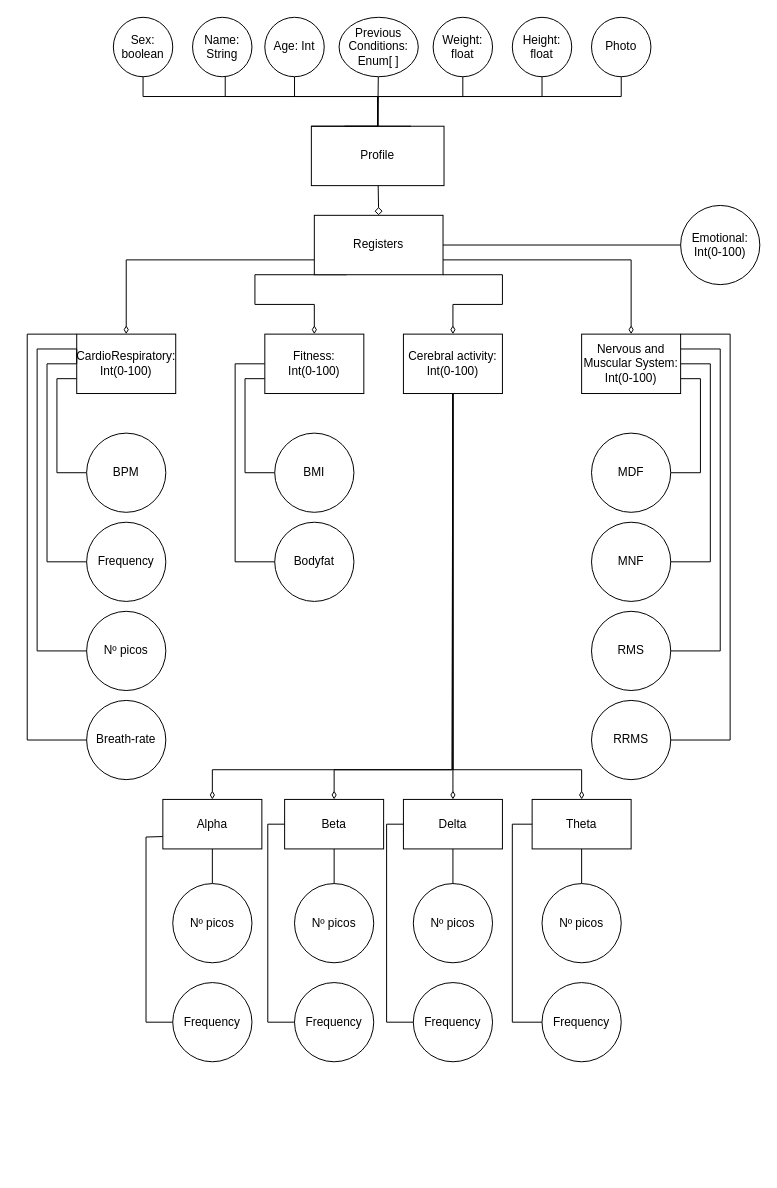
Earlier version of the draw.io diagram files/domain/domain.drawio (miquelroq/CHECKapp). Source tidied: cells renumbered, new cells numbered last; positions are measured from the earlier drawing's top-left corner, leaving out a move shared by most shapes. Both pictures are drawn from the tidied source at 99%, with x=0, y=0 at pixel (27, 17).
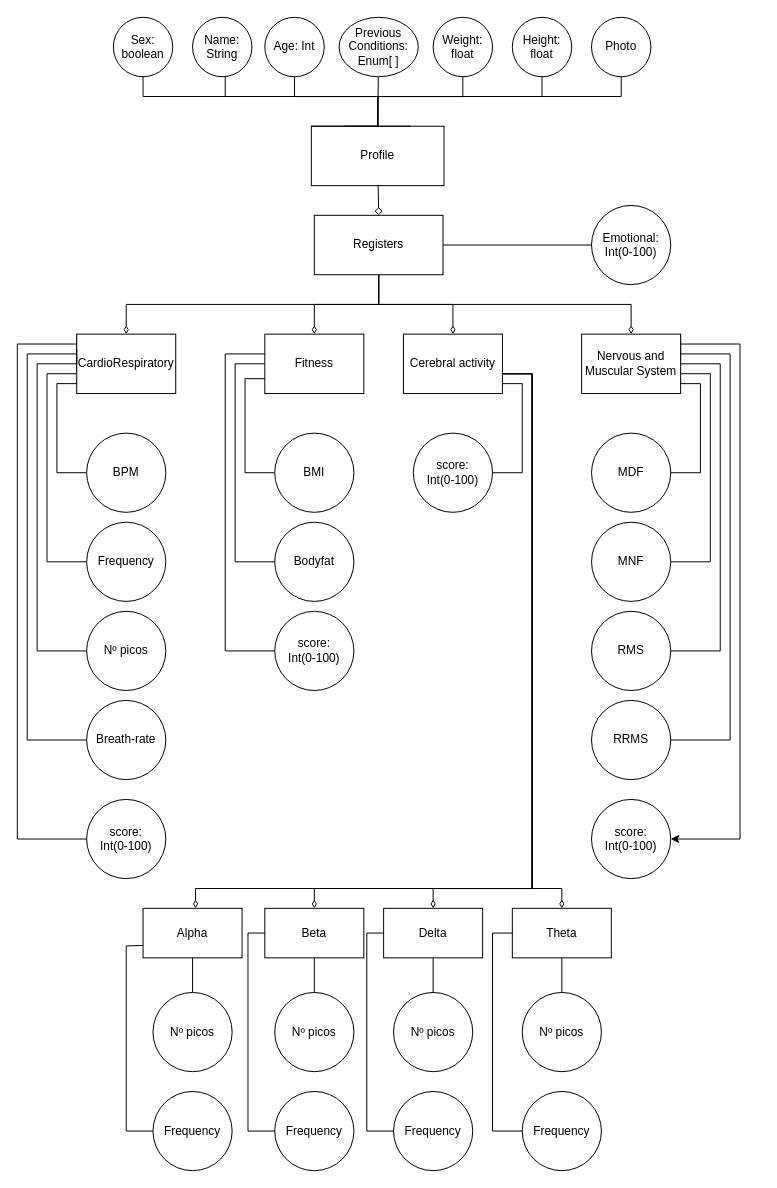
Above is the later version.

The change refers to these unchanged cells:
```xml
<mxCell id="22" value="Registers" style="rounded=0;whiteSpace=wrap;html=1;" parent="1" vertex="1">
  <mxGeometry x="290" y="200" width="130" height="60" as="geometry" />
</mxCell>
<mxCell id="43" value="BPM" style="ellipse;whiteSpace=wrap;html=1;" parent="1" vertex="1">
  <mxGeometry x="60" y="420" width="80" height="80" as="geometry" />
</mxCell>
<mxCell id="44" value="Frequency" style="ellipse;whiteSpace=wrap;html=1;" parent="1" vertex="1">
  <mxGeometry x="60" y="510" width="80" height="80" as="geometry" />
</mxCell>
<mxCell id="45" value="Nº picos" style="ellipse;whiteSpace=wrap;html=1;" parent="1" vertex="1">
  <mxGeometry x="60" y="600" width="80" height="80" as="geometry" />
</mxCell>
<mxCell id="47" value="Breath-rate" style="ellipse;whiteSpace=wrap;html=1;" parent="1" vertex="1">
  <mxGeometry x="60" y="690" width="80" height="80" as="geometry" />
</mxCell>
<mxCell id="71" value="MDF" style="ellipse;whiteSpace=wrap;html=1;" parent="1" vertex="1">
  <mxGeometry x="570" y="420" width="80" height="80" as="geometry" />
</mxCell>
<mxCell id="72" value="MNF" style="ellipse;whiteSpace=wrap;html=1;" parent="1" vertex="1">
  <mxGeometry x="570" y="510" width="80" height="80" as="geometry" />
</mxCell>
<mxCell id="73" value="RMS" style="ellipse;whiteSpace=wrap;html=1;" parent="1" vertex="1">
  <mxGeometry x="570" y="600" width="80" height="80" as="geometry" />
</mxCell>
<mxCell id="74" value="RRMS" style="ellipse;whiteSpace=wrap;html=1;" parent="1" vertex="1">
  <mxGeometry x="570" y="690" width="80" height="80" as="geometry" />
</mxCell>
```

Change to the diagram source:
```diff
@@
-    <mxCell id="17" style="edgeStyle=none;rounded=0;jettySize=auto;html=1;entryX=0.5;entryY=0;entryDx=0;entryDy=0;endArrow=diamondThin;endFill=0;exitX=0;exitY=0.75;exitDx=0;exitDy=0;" parent="1" edge="1" source="22" target="27">
+    <mxCell id="17" style="edgeStyle=orthogonalEdgeStyle;rounded=0;jettySize=auto;html=1;entryX=0.5;entryY=0;entryDx=0;entryDy=0;endArrow=diamondThin;endFill=0;exitX=0.5;exitY=1;exitDx=0;exitDy=0;" parent="1" edge="1" source="22" target="27">
       <mxGeometry relative="1" as="geometry">
         <Array as="points">
-          <mxPoint x="100" y="245" />
+          <mxPoint x="355" y="290" />
+          <mxPoint x="100" y="290" />
         </Array>
       </mxGeometry>
     </mxCell>
@@
-    <mxCell id="19" style="edgeStyle=none;rounded=0;jettySize=auto;html=1;entryX=0.5;entryY=0;entryDx=0;entryDy=0;endArrow=diamondThin;endFill=0;exitX=1;exitY=1;exitDx=0;exitDy=0;" parent="1" edge="1" source="22" target="32">
+    <mxCell id="19" style="edgeStyle=orthogonalEdgeStyle;rounded=0;jettySize=auto;html=1;entryX=0.5;entryY=0;entryDx=0;entryDy=0;endArrow=diamondThin;endFill=0;exitX=0.5;exitY=1;exitDx=0;exitDy=0;" parent="1" edge="1" source="22" target="32">
       <mxGeometry relative="1" as="geometry">
         <Array as="points">
-          <mxPoint x="480" y="260" />
-          <mxPoint x="480" y="290" />
+          <mxPoint x="355" y="290" />
           <mxPoint x="430" y="290" />
         </Array>
       </mxGeometry>
     </mxCell>
-    <mxCell id="20" style="edgeStyle=none;rounded=0;jettySize=auto;html=1;entryX=0.5;entryY=0;entryDx=0;entryDy=0;endArrow=diamondThin;endFill=0;exitX=1;exitY=0.75;exitDx=0;exitDy=0;" parent="1" edge="1" source="22" target="37">
-      <mxGeometry relative="1" as="geometry">
-        <Array as="points">
-          <mxPoint x="610" y="245" />
-        </Array>
-      </mxGeometry>
+    <mxCell id="20" style="edgeStyle=orthogonalEdgeStyle;rounded=0;jettySize=auto;html=1;entryX=0.5;entryY=0;entryDx=0;entryDy=0;endArrow=diamondThin;endFill=0;exitX=0.5;exitY=1;exitDx=0;exitDy=0;" parent="1" edge="1" source="22" target="37">
+      <mxGeometry relative="1" as="geometry" />
     </mxCell>
-    <mxCell id="21" style="edgeStyle=none;rounded=0;jettySize=auto;html=1;entryX=0.5;entryY=0;entryDx=0;entryDy=0;endArrow=diamondThin;endFill=0;exitX=0.25;exitY=1;exitDx=0;exitDy=0;" parent="1" edge="1" source="22" target="40">
-      <mxGeometry relative="1" as="geometry">
-        <Array as="points">
-          <mxPoint x="230" y="260" />
-          <mxPoint x="230" y="290" />
-          <mxPoint x="290" y="290" />
-        </Array>
-      </mxGeometry>
+    <mxCell id="21" style="edgeStyle=orthogonalEdgeStyle;rounded=0;jettySize=auto;html=1;entryX=0.5;entryY=0;entryDx=0;entryDy=0;endArrow=diamondThin;endFill=0;exitX=0.5;exitY=1;exitDx=0;exitDy=0;" parent="1" edge="1" source="22" target="40">
+      <mxGeometry relative="1" as="geometry" />
     </mxCell>
@@
-    <mxCell id="23" style="edgeStyle=none;rounded=0;jettySize=auto;html=1;entryX=0;entryY=0.5;entryDx=0;entryDy=0;endArrow=none;endFill=0;exitX=0;exitY=0;exitDx=0;exitDy=0;" parent="1" edge="1" source="27" target="47">
+    <mxCell id="23" style="edgeStyle=orthogonalEdgeStyle;rounded=0;jettySize=auto;html=1;entryX=0;entryY=0.5;entryDx=0;entryDy=0;endArrow=none;endFill=0;exitX=0;exitY=0;exitDx=0;exitDy=0;" parent="1" edge="1" source="27" target="47">
       <mxGeometry relative="1" as="geometry">
         <Array as="points">
-          <mxPoint y="320" />
+          <mxPoint x="50" y="340" />
+          <mxPoint y="340" />
           <mxPoint y="730" />
         </Array>
       </mxGeometry>
     </mxCell>
-    <mxCell id="24" style="edgeStyle=none;rounded=0;jettySize=auto;html=1;entryX=0;entryY=0.5;entryDx=0;entryDy=0;endArrow=none;endFill=0;exitX=0;exitY=0.25;exitDx=0;exitDy=0;" parent="1" edge="1" source="27" target="45">
+    <mxCell id="24" style="edgeStyle=orthogonalEdgeStyle;rounded=0;jettySize=auto;html=1;entryX=0;entryY=0.5;entryDx=0;entryDy=0;endArrow=none;endFill=0;exitX=0;exitY=0.25;exitDx=0;exitDy=0;" parent="1" edge="1" source="27" target="45">
       <mxGeometry relative="1" as="geometry">
         <Array as="points">
-          <mxPoint x="10" y="335" />
+          <mxPoint x="50" y="350" />
+          <mxPoint x="10" y="350" />
           <mxPoint x="10" y="640" />
         </Array>
       </mxGeometry>
     </mxCell>
-    <mxCell id="25" style="edgeStyle=none;rounded=0;jettySize=auto;html=1;endArrow=none;endFill=0;exitX=0;exitY=0.5;exitDx=0;exitDy=0;entryX=0;entryY=0.5;entryDx=0;entryDy=0;" parent="1" edge="1" source="27" target="44">
+    <mxCell id="25" style="edgeStyle=orthogonalEdgeStyle;rounded=0;jettySize=auto;html=1;endArrow=none;endFill=0;exitX=0;exitY=0.5;exitDx=0;exitDy=0;entryX=0;entryY=0.5;entryDx=0;entryDy=0;" parent="1" edge="1" source="27" target="44">
       <mxGeometry relative="1" as="geometry">
         <Array as="points">
-          <mxPoint x="20" y="350" />
+          <mxPoint x="50" y="360" />
+          <mxPoint x="20" y="360" />
           <mxPoint x="20" y="550" />
         </Array>
       </mxGeometry>
     </mxCell>
-    <mxCell id="26" style="edgeStyle=none;rounded=0;jettySize=auto;html=1;entryX=0;entryY=0.5;entryDx=0;entryDy=0;endArrow=none;endFill=0;exitX=0;exitY=0.75;exitDx=0;exitDy=0;" parent="1" edge="1" source="27" target="43">
+    <mxCell id="26" style="edgeStyle=orthogonalEdgeStyle;rounded=0;jettySize=auto;html=1;entryX=0;entryY=0.5;entryDx=0;entryDy=0;endArrow=none;endFill=0;exitX=0;exitY=0.75;exitDx=0;exitDy=0;" parent="1" edge="1" source="27" target="43">
       <mxGeometry relative="1" as="geometry">
         <Array as="points">
-          <mxPoint x="30" y="365" />
+          <mxPoint x="50" y="370" />
+          <mxPoint x="30" y="370" />
           <mxPoint x="30" y="460" />
         </Array>
       </mxGeometry>
     </mxCell>
+    <mxCell id="76" style="edgeStyle=orthogonalEdgeStyle;rounded=0;jettySize=auto;html=1;entryX=0;entryY=0.5;entryDx=0;entryDy=0;endArrow=none;endFill=0;" parent="1" edge="1" source="27" target="80">
+      <mxGeometry relative="1" as="geometry">
+        <Array as="points">
+          <mxPoint x="-10" y="330" />
+          <mxPoint x="-10" y="830" />
+        </Array>
+      </mxGeometry>
+    </mxCell>
-    <mxCell id="27" value="CardioRespiratory:&lt;br&gt;Int(0-100)" style="rounded=0;whiteSpace=wrap;html=1;" parent="1" vertex="1">
+    <mxCell id="27" value="CardioRespiratory" style="rounded=0;whiteSpace=wrap;html=1;" parent="1" vertex="1">
       <mxGeometry x="50" y="320" width="100" height="60" as="geometry" />
     </mxCell>
-    <mxCell id="28" style="edgeStyle=none;rounded=0;jettySize=auto;html=1;entryX=0.5;entryY=0;entryDx=0;entryDy=0;endArrow=diamondThin;endFill=0;" parent="1" edge="1" source="32" target="56">
+    <mxCell id="28" style="edgeStyle=orthogonalEdgeStyle;rounded=0;jettySize=auto;html=1;entryX=0.5;entryY=0;entryDx=0;entryDy=0;endArrow=diamondThin;endFill=0;" parent="1" edge="1" source="32" target="56">
       <mxGeometry relative="1" as="geometry">
         <Array as="points">
-          <mxPoint x="429" y="760" />
-          <mxPoint x="310" y="760" />
+          <mxPoint x="510" y="360" />
+          <mxPoint x="510" y="880" />
+          <mxPoint x="290" y="880" />
         </Array>
       </mxGeometry>
     </mxCell>
-    <mxCell id="29" style="edgeStyle=none;rounded=0;jettySize=auto;html=1;entryX=0.5;entryY=0;entryDx=0;entryDy=0;endArrow=diamondThin;endFill=0;exitX=0.5;exitY=1;exitDx=0;exitDy=0;" parent="1" edge="1" source="32" target="58">
+    <mxCell id="29" style="edgeStyle=orthogonalEdgeStyle;rounded=0;jettySize=auto;html=1;entryX=0.5;entryY=0;entryDx=0;entryDy=0;endArrow=diamondThin;endFill=0;exitX=1;exitY=0.75;exitDx=0;exitDy=0;" parent="1" edge="1" source="32" target="58">
       <mxGeometry relative="1" as="geometry">
         <Array as="points">
-          <mxPoint x="430" y="650" />
+          <mxPoint x="480" y="360" />
+          <mxPoint x="510" y="360" />
+          <mxPoint x="510" y="880" />
+          <mxPoint x="410" y="880" />
         </Array>
       </mxGeometry>
     </mxCell>
-    <mxCell id="30" style="edgeStyle=none;rounded=0;jettySize=auto;html=1;entryX=0.5;entryY=0;entryDx=0;entryDy=0;endArrow=diamondThin;endFill=0;exitX=0.5;exitY=1;exitDx=0;exitDy=0;startArrow=none;startFill=0;" parent="1" edge="1" source="32" target="57">
+    <mxCell id="30" style="edgeStyle=orthogonalEdgeStyle;rounded=0;jettySize=auto;html=1;entryX=0.5;entryY=0;entryDx=0;entryDy=0;endArrow=diamondThin;endFill=0;exitX=1;exitY=0.75;exitDx=0;exitDy=0;startArrow=none;startFill=0;" parent="1" edge="1" source="32" target="57">
       <mxGeometry relative="1" as="geometry">
         <Array as="points">
-          <mxPoint x="430" y="650" />
-          <mxPoint x="430" y="760" />
-          <mxPoint x="560" y="760" />
+          <mxPoint x="480" y="360" />
+          <mxPoint x="510" y="360" />
+          <mxPoint x="510" y="880" />
+          <mxPoint x="540" y="880" />
         </Array>
       </mxGeometry>
     </mxCell>
-    <mxCell id="31" style="edgeStyle=none;rounded=0;jettySize=auto;html=1;endArrow=diamondThin;endFill=0;" parent="1" edge="1" source="32" target="54">
+    <mxCell id="31" style="edgeStyle=orthogonalEdgeStyle;rounded=0;jettySize=auto;html=1;endArrow=diamondThin;endFill=0;" parent="1" edge="1" source="32" target="54">
       <mxGeometry relative="1" as="geometry">
         <Array as="points">
-          <mxPoint x="430" y="760" />
-          <mxPoint x="187" y="760" />
+          <mxPoint x="510" y="360" />
+          <mxPoint x="510" y="880" />
+          <mxPoint x="170" y="880" />
         </Array>
       </mxGeometry>
     </mxCell>
+    <mxCell id="77" style="edgeStyle=orthogonalEdgeStyle;rounded=0;jettySize=auto;html=1;entryX=1;entryY=0.5;entryDx=0;entryDy=0;endArrow=none;endFill=0;" parent="1" edge="1" source="32" target="82">
+      <mxGeometry relative="1" as="geometry">
+        <Array as="points">
+          <mxPoint x="500" y="370" />
+          <mxPoint x="500" y="460" />
+        </Array>
+      </mxGeometry>
+    </mxCell>
-    <mxCell id="32" value="Cerebral activity:&lt;br&gt;Int(0-100)" style="rounded=0;whiteSpace=wrap;html=1;" parent="1" vertex="1">
+    <mxCell id="32" value="Cerebral activity" style="rounded=0;whiteSpace=wrap;html=1;" parent="1" vertex="1">
       <mxGeometry x="380" y="320" width="100" height="60" as="geometry" />
     </mxCell>
-    <mxCell id="33" style="edgeStyle=none;rounded=0;jettySize=auto;html=1;entryX=1;entryY=0.5;entryDx=0;entryDy=0;startArrow=none;startFill=0;endArrow=none;endFill=0;strokeWidth=1;exitX=1;exitY=0.75;exitDx=0;exitDy=0;" parent="1" edge="1" source="37" target="71">
+    <mxCell id="33" style="edgeStyle=orthogonalEdgeStyle;rounded=0;jettySize=auto;html=1;entryX=1;entryY=0.5;entryDx=0;entryDy=0;startArrow=none;startFill=0;endArrow=none;endFill=0;strokeWidth=1;exitX=1;exitY=0.75;exitDx=0;exitDy=0;" parent="1" edge="1" source="37" target="71">
       <mxGeometry relative="1" as="geometry">
         <Array as="points">
-          <mxPoint x="680" y="365" />
+          <mxPoint x="660" y="370" />
+          <mxPoint x="680" y="370" />
           <mxPoint x="680" y="460" />
         </Array>
       </mxGeometry>
     </mxCell>
-    <mxCell id="34" style="edgeStyle=none;rounded=0;jettySize=auto;html=1;entryX=0;entryY=0.5;entryDx=0;entryDy=0;startArrow=none;startFill=0;endArrow=none;endFill=0;strokeWidth=1;" parent="1" edge="1" source="37" target="72">
+    <mxCell id="34" style="edgeStyle=orthogonalEdgeStyle;rounded=0;jettySize=auto;html=1;entryX=1;entryY=0.5;entryDx=0;entryDy=0;startArrow=none;startFill=0;endArrow=none;endFill=0;strokeWidth=1;" parent="1" edge="1" source="37" target="72">
       <mxGeometry relative="1" as="geometry">
         <Array as="points">
-          <mxPoint x="690" y="350" />
+          <mxPoint x="690" y="360" />
           <mxPoint x="690" y="550" />
         </Array>
       </mxGeometry>
     </mxCell>
-    <mxCell id="35" style="edgeStyle=none;rounded=0;jettySize=auto;html=1;entryX=1;entryY=0.5;entryDx=0;entryDy=0;startArrow=none;startFill=0;endArrow=none;endFill=0;strokeWidth=1;exitX=1;exitY=0.25;exitDx=0;exitDy=0;" parent="1" edge="1" source="37" target="73">
+    <mxCell id="35" style="edgeStyle=orthogonalEdgeStyle;rounded=0;jettySize=auto;html=1;entryX=1;entryY=0.5;entryDx=0;entryDy=0;startArrow=none;startFill=0;endArrow=none;endFill=0;strokeWidth=1;exitX=1;exitY=0.25;exitDx=0;exitDy=0;" parent="1" edge="1" source="37" target="73">
       <mxGeometry relative="1" as="geometry">
         <Array as="points">
-          <mxPoint x="700" y="335" />
+          <mxPoint x="660" y="350" />
+          <mxPoint x="700" y="350" />
           <mxPoint x="700" y="640" />
         </Array>
       </mxGeometry>
     </mxCell>
-    <mxCell id="36" style="edgeStyle=none;rounded=0;jettySize=auto;html=1;exitX=1;exitY=0;exitDx=0;exitDy=0;entryX=1;entryY=0.5;entryDx=0;entryDy=0;startArrow=none;startFill=0;endArrow=none;endFill=0;strokeWidth=1;" parent="1" edge="1" source="37" target="74">
+    <mxCell id="36" style="edgeStyle=orthogonalEdgeStyle;rounded=0;jettySize=auto;html=1;exitX=1;exitY=0;exitDx=0;exitDy=0;entryX=1;entryY=0.5;entryDx=0;entryDy=0;startArrow=none;startFill=0;endArrow=none;endFill=0;strokeWidth=1;" parent="1" edge="1" source="37" target="74">
       <mxGeometry relative="1" as="geometry">
         <Array as="points">
-          <mxPoint x="710" y="320" />
+          <mxPoint x="660" y="340" />
+          <mxPoint x="710" y="340" />
           <mxPoint x="710" y="730" />
         </Array>
       </mxGeometry>
     </mxCell>
+    <mxCell id="78" style="edgeStyle=orthogonalEdgeStyle;rounded=0;jettySize=auto;html=1;entryX=1;entryY=0.5;entryDx=0;entryDy=0;" parent="1" edge="1" source="37" target="83">
+      <mxGeometry relative="1" as="geometry">
+        <Array as="points">
+          <mxPoint x="720" y="330" />
+          <mxPoint x="720" y="830" />
+        </Array>
+      </mxGeometry>
+    </mxCell>
-    <mxCell id="37" value="Nervous and Muscular System:&lt;br&gt;Int(0-100)" style="rounded=0;whiteSpace=wrap;html=1;" parent="1" vertex="1">
+    <mxCell id="37" value="Nervous and Muscular System" style="rounded=0;whiteSpace=wrap;html=1;" parent="1" vertex="1">
       <mxGeometry x="560" y="320" width="100" height="60" as="geometry" />
     </mxCell>
@@
+    <mxCell id="79" style="edgeStyle=orthogonalEdgeStyle;rounded=0;jettySize=auto;html=1;entryX=0;entryY=0.5;entryDx=0;entryDy=0;endArrow=none;endFill=0;" parent="1" edge="1" source="40" target="81">
+      <mxGeometry relative="1" as="geometry">
+        <Array as="points">
+          <mxPoint x="200" y="340" />
+          <mxPoint x="200" y="640" />
+        </Array>
+      </mxGeometry>
+    </mxCell>
-    <mxCell id="40" value="Fitness:&lt;br&gt;Int(0-100)" style="rounded=0;whiteSpace=wrap;html=1;" parent="1" vertex="1">
+    <mxCell id="40" value="Fitness" style="rounded=0;whiteSpace=wrap;html=1;" parent="1" vertex="1">
       <mxGeometry x="240" y="320" width="100" height="60" as="geometry" />
     </mxCell>
@@
     <mxCell id="46" value="Emotional: Int(0-100)" style="ellipse;whiteSpace=wrap;html=1;" parent="1" vertex="1">
-      <mxGeometry x="660" y="190" width="80" height="80" as="geometry" />
+      <mxGeometry x="570" y="190" width="80" height="80" as="geometry" />
     </mxCell>
@@
     <mxCell id="51" value="Frequency" style="ellipse;whiteSpace=wrap;html=1;" parent="1" vertex="1">
-      <mxGeometry x="147" y="975" width="80" height="80" as="geometry" />
+      <mxGeometry x="127" y="1085" width="80" height="80" as="geometry" />
     </mxCell>
     <mxCell id="52" style="edgeStyle=none;rounded=0;jettySize=auto;html=1;entryX=0;entryY=0.5;entryDx=0;entryDy=0;endArrow=none;endFill=0;exitX=0;exitY=0.75;exitDx=0;exitDy=0;" parent="1" edge="1" source="54" target="51">
       <mxGeometry relative="1" as="geometry">
         <Array as="points">
-          <mxPoint x="120" y="828" />
-          <mxPoint x="120" y="1015" />
+          <mxPoint x="100" y="938" />
+          <mxPoint x="100" y="1125" />
         </Array>
       </mxGeometry>
     </mxCell>
@@
     <mxCell id="54" value="Alpha" style="rounded=0;whiteSpace=wrap;html=1;" parent="1" vertex="1">
-      <mxGeometry x="137" y="790" width="100" height="50" as="geometry" />
+      <mxGeometry x="117" y="900" width="100" height="50" as="geometry" />
     </mxCell>
@@
     <mxCell id="56" value="Beta" style="rounded=0;whiteSpace=wrap;html=1;" parent="1" vertex="1">
-      <mxGeometry x="260" y="790" width="100" height="50" as="geometry" />
+      <mxGeometry x="240" y="900" width="100" height="50" as="geometry" />
     </mxCell>
     <mxCell id="57" value="Theta" style="rounded=0;whiteSpace=wrap;html=1;" parent="1" vertex="1">
-      <mxGeometry x="510" y="790" width="100" height="50" as="geometry" />
+      <mxGeometry x="490" y="900" width="100" height="50" as="geometry" />
     </mxCell>
     <mxCell id="58" value="Delta" style="rounded=0;whiteSpace=wrap;html=1;" parent="1" vertex="1">
-      <mxGeometry x="380" y="790" width="100" height="50" as="geometry" />
+      <mxGeometry x="360" y="900" width="100" height="50" as="geometry" />
     </mxCell>
     <mxCell id="59" value="Nº picos" style="ellipse;whiteSpace=wrap;html=1;" parent="1" vertex="1">
-      <mxGeometry x="147" y="875" width="80" height="80" as="geometry" />
+      <mxGeometry x="127" y="985" width="80" height="80" as="geometry" />
     </mxCell>
     <mxCell id="60" value="Frequency" style="ellipse;whiteSpace=wrap;html=1;" parent="1" vertex="1">
-      <mxGeometry x="270" y="975" width="80" height="80" as="geometry" />
+      <mxGeometry x="250" y="1085" width="80" height="80" as="geometry" />
     </mxCell>
     <mxCell id="61" value="Nº picos" style="ellipse;whiteSpace=wrap;html=1;" parent="1" vertex="1">
-      <mxGeometry x="270" y="875" width="80" height="80" as="geometry" />
+      <mxGeometry x="250" y="985" width="80" height="80" as="geometry" />
     </mxCell>
     <mxCell id="62" style="edgeStyle=none;rounded=0;jettySize=auto;html=1;entryX=0;entryY=0.5;entryDx=0;entryDy=0;endArrow=none;endFill=0;exitX=0;exitY=0.5;exitDx=0;exitDy=0;" parent="1" edge="1" source="56" target="60">
       <mxGeometry relative="1" as="geometry">
         <Array as="points">
-          <mxPoint x="243" y="815" />
-          <mxPoint x="243" y="1015" />
+          <mxPoint x="223" y="925" />
+          <mxPoint x="223" y="1125" />
         </Array>
       </mxGeometry>
     </mxCell>
@@
     <mxCell id="64" value="Frequency" style="ellipse;whiteSpace=wrap;html=1;" parent="1" vertex="1">
-      <mxGeometry x="390" y="975" width="80" height="80" as="geometry" />
+      <mxGeometry x="370" y="1085" width="80" height="80" as="geometry" />
     </mxCell>
     <mxCell id="65" value="Nº picos" style="ellipse;whiteSpace=wrap;html=1;" parent="1" vertex="1">
-      <mxGeometry x="390" y="875" width="80" height="80" as="geometry" />
+      <mxGeometry x="370" y="985" width="80" height="80" as="geometry" />
     </mxCell>
     <mxCell id="66" style="edgeStyle=none;rounded=0;jettySize=auto;html=1;entryX=0;entryY=0.5;entryDx=0;entryDy=0;endArrow=none;endFill=0;exitX=0;exitY=0.5;exitDx=0;exitDy=0;" parent="1" edge="1" source="58" target="64">
       <mxGeometry relative="1" as="geometry">
         <Array as="points">
-          <mxPoint x="363" y="815" />
-          <mxPoint x="363" y="1015" />
+          <mxPoint x="343" y="925" />
+          <mxPoint x="343" y="1125" />
         </Array>
       </mxGeometry>
     </mxCell>
@@
     <mxCell id="68" value="Frequency" style="ellipse;whiteSpace=wrap;html=1;" parent="1" vertex="1">
-      <mxGeometry x="520" y="975" width="80" height="80" as="geometry" />
+      <mxGeometry x="500" y="1085" width="80" height="80" as="geometry" />
     </mxCell>
     <mxCell id="69" value="Nº picos" style="ellipse;whiteSpace=wrap;html=1;" parent="1" vertex="1">
-      <mxGeometry x="520" y="875" width="80" height="80" as="geometry" />
+      <mxGeometry x="500" y="985" width="80" height="80" as="geometry" />
     </mxCell>
     <mxCell id="70" style="edgeStyle=none;rounded=0;jettySize=auto;html=1;entryX=0;entryY=0.5;entryDx=0;entryDy=0;endArrow=none;endFill=0;exitX=0;exitY=0.5;exitDx=0;exitDy=0;" parent="1" edge="1" source="57" target="68">
       <mxGeometry relative="1" as="geometry">
         <Array as="points">
-          <mxPoint x="490" y="815" />
-          <mxPoint x="490" y="1015" />
+          <mxPoint x="470" y="925" />
+          <mxPoint x="470" y="1125" />
         </Array>
       </mxGeometry>
     </mxCell>
@@
+    <mxCell id="80" value="score:&lt;br&gt;Int(0-100)" style="ellipse;whiteSpace=wrap;html=1;" parent="1" vertex="1">
+      <mxGeometry x="60" y="790" width="80" height="80" as="geometry" />
+    </mxCell>
+    <mxCell id="81" value="score:&lt;br&gt;Int(0-100)" style="ellipse;whiteSpace=wrap;html=1;" parent="1" vertex="1">
+      <mxGeometry x="250" y="600" width="80" height="80" as="geometry" />
+    </mxCell>
+    <mxCell id="82" value="score:&lt;br&gt;Int(0-100)" style="ellipse;whiteSpace=wrap;html=1;" parent="1" vertex="1">
+      <mxGeometry x="390" y="420" width="80" height="80" as="geometry" />
+    </mxCell>
+    <mxCell id="83" value="score:&lt;br&gt;Int(0-100)" style="ellipse;whiteSpace=wrap;html=1;" parent="1" vertex="1">
+      <mxGeometry x="570" y="790" width="80" height="80" as="geometry" />
+    </mxCell>
```
